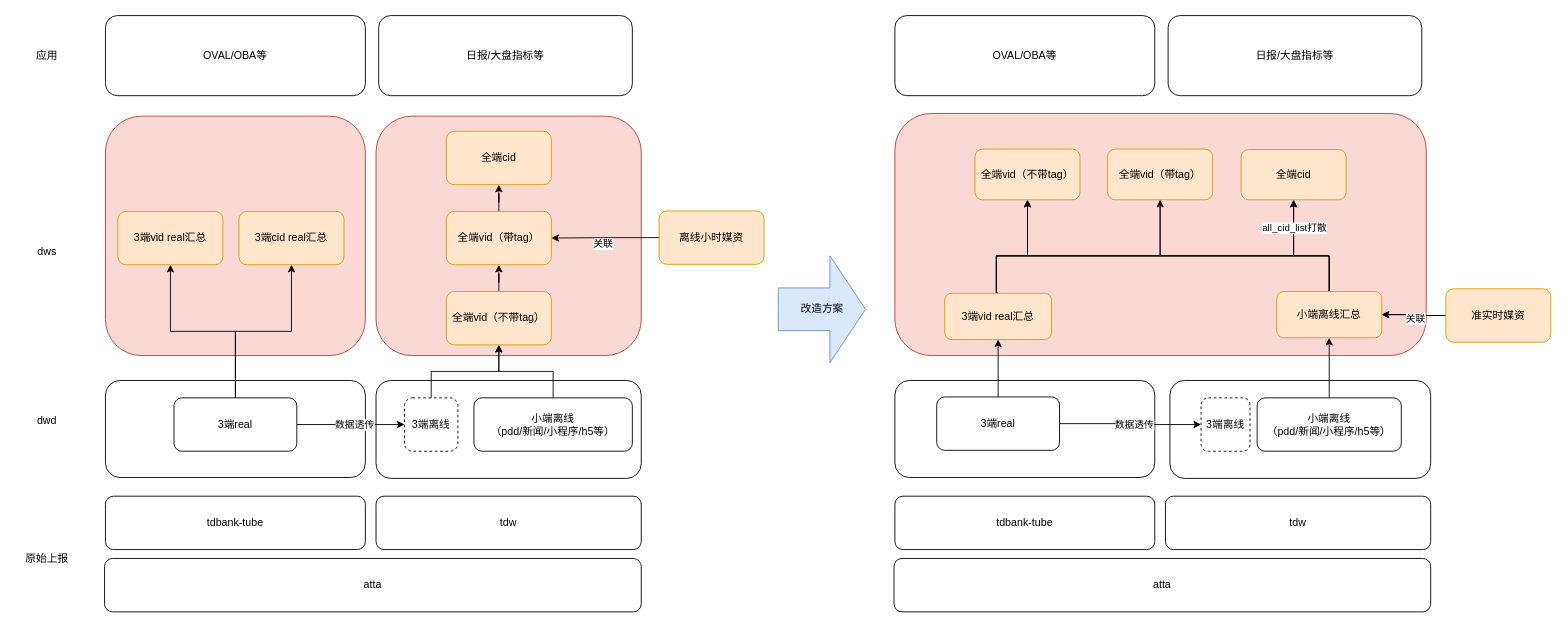
Above: 播放全端dws数据统一.drawio in Arthur-Lanc/drawio (draw.io), before the change. Source tidied: cells renumbered, new cells numbered last; positions are measured from the earlier drawing's top-left corner, leaving out a move shared by most shapes. Both pictures are drawn from the tidied source at 89%, with x=0, y=0 at pixel (15, 15).
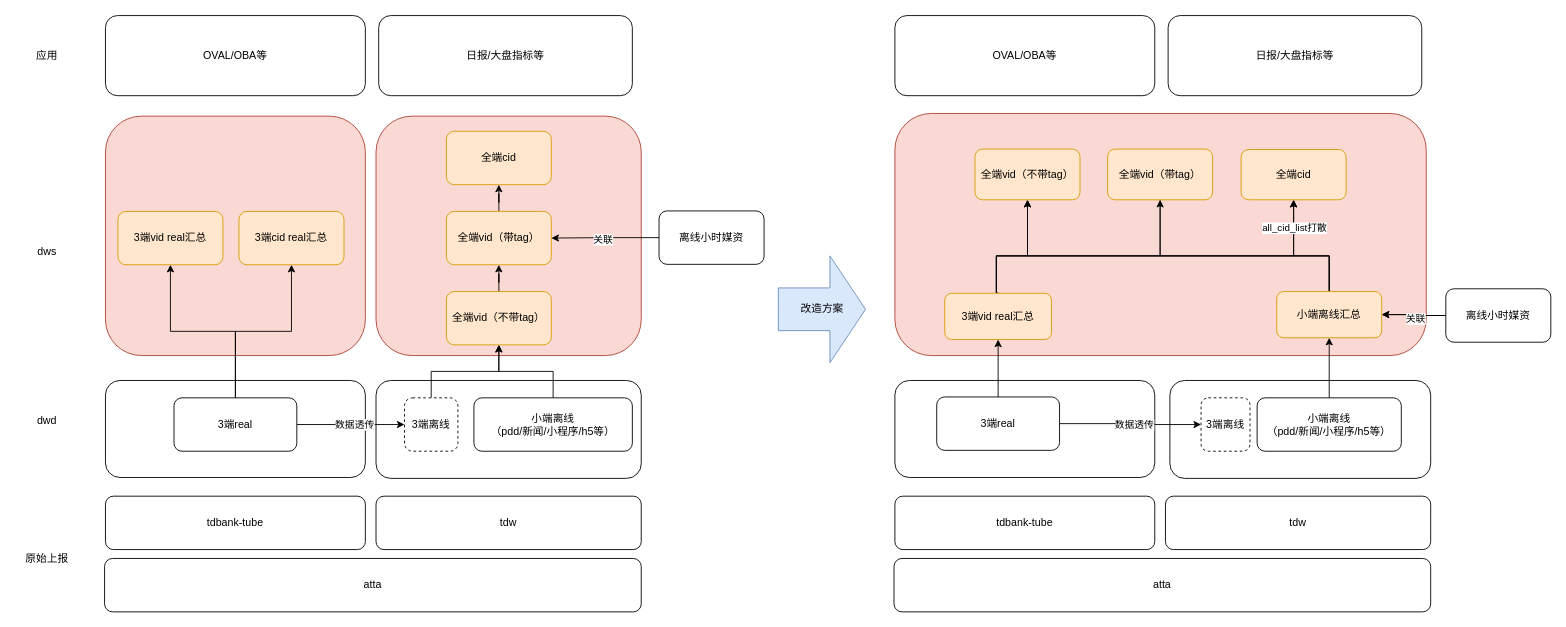
Above is the later version.

Commit message:
更新播放全端dws数据统一.drawio

The change refers to these unchanged cells:
```xml
<mxCell id="24" style="edgeStyle=orthogonalEdgeStyle;rounded=0;jettySize=auto;html=1;exitX=0;exitY=0.5;exitDx=0;exitDy=0;entryX=1;entryY=0.5;entryDx=0;entryDy=0;" parent="1" edge="1" source="26" target="22">
  <mxGeometry relative="1" as="geometry" />
</mxCell>
```

What changed in the source:
```diff
@@
     <mxCell id="25" value="关联" style="edgeLabel;html=1;align=center;verticalAlign=middle;" parent="24" vertex="1">
       <mxGeometry y="3" relative="1" as="geometry">
-        <mxPoint x="-3" y="3" as="offset" />
+        <mxPoint x="-3" y="-2" as="offset" />
       </mxGeometry>
     </mxCell>
-    <mxCell id="26" value="离线小时媒资" style="rounded=1;whiteSpace=wrap;html=1;fillColor=#ffe6cc;strokeColor=#d79b00;" parent="1" vertex="1">
+    <mxCell id="26" value="离线小时媒资" style="rounded=1;whiteSpace=wrap;html=1;" parent="1" vertex="1">
       <mxGeometry x="723" y="219.5" width="118" height="60" as="geometry" />
     </mxCell>
@@
-    <mxCell id="54" value="准实时媒资" style="rounded=1;whiteSpace=wrap;html=1;fillColor=#ffe6cc;strokeColor=#d79b00;" parent="1" vertex="1">
+    <mxCell id="54" value="离线小时媒资" style="rounded=1;whiteSpace=wrap;html=1;" parent="1" vertex="1">
       <mxGeometry x="1607" y="307" width="118" height="60" as="geometry" />
     </mxCell>
```
